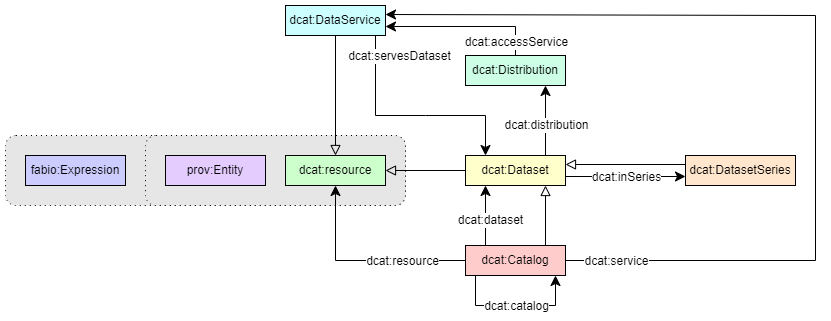
The draw.io diagram CEH-DCAT-AP/CEH-DCAT-AP_diagrams/dcat.png in NERC-CEH/digital-objects-ontology, before a commit. Source tidied: cells renumbered, new cells last; positions are measured from the earlier drawing's top-left corner, leaving out a move shared by most shapes.
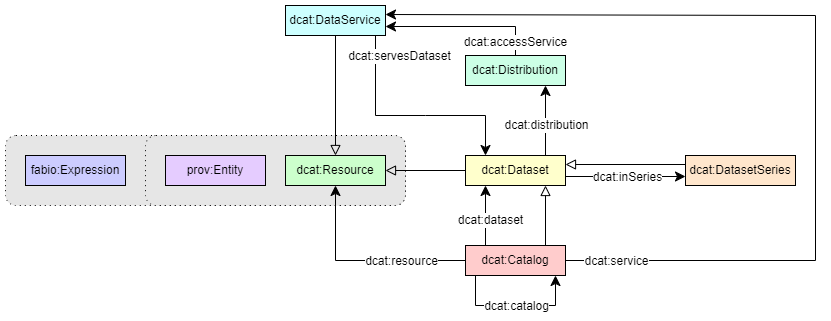
After the commit.

What changed in the source:
```diff
@@ -14,7 +14,7 @@
     <mxCell id="5" value="fabio:Expression" style="rounded=0;whiteSpace=wrap;html=1;fillColor=#CCCCFF;" parent="1" vertex="1">
       <mxGeometry x="20" y="150" width="100" height="30" as="geometry" />
     </mxCell>
-    <mxCell id="6" value="dcat:resource" style="rounded=0;whiteSpace=wrap;html=1;snapToPoint=1;points=[[0.1,0],[0.2,0],[0.3,0],[0.4,0],[0.5,0],[0.6,0],[0.7,0],[0.8,0],[0.9,0],[0,0.1],[0,0.3],[0,0.5],[0,0.7],[0,0.9],[0.1,1],[0.2,1],[0.3,1],[0.4,1],[0.5,1],[0.6,1],[0.7,1],[0.8,1],[0.9,1],[1,0.1],[1,0.3],[1,0.5],[1,0.7],[1,0.9]];fillColor=#CCFFCC;" parent="1" vertex="1">
+    <mxCell id="6" value="dcat:Resource" style="rounded=0;whiteSpace=wrap;html=1;snapToPoint=1;points=[[0.1,0],[0.2,0],[0.3,0],[0.4,0],[0.5,0],[0.6,0],[0.7,0],[0.8,0],[0.9,0],[0,0.1],[0,0.3],[0,0.5],[0,0.7],[0,0.9],[0.1,1],[0.2,1],[0.3,1],[0.4,1],[0.5,1],[0.6,1],[0.7,1],[0.8,1],[0.9,1],[1,0.1],[1,0.3],[1,0.5],[1,0.7],[1,0.9]];fillColor=#CCFFCC;" parent="1" vertex="1">
       <mxGeometry x="280" y="150" width="100" height="30" as="geometry" />
     </mxCell>
     <mxCell id="7" style="endArrow=block;html=1;fontColor=#000099;exitX=0;exitY=0.5;exitDx=0;exitDy=0;endFill=0;entryX=1;entryY=0.5;entryDx=0;entryDy=0;endSize=8;arcSize=0;rounded=0;" parent="1" edge="1" source="8" target="6">
```
